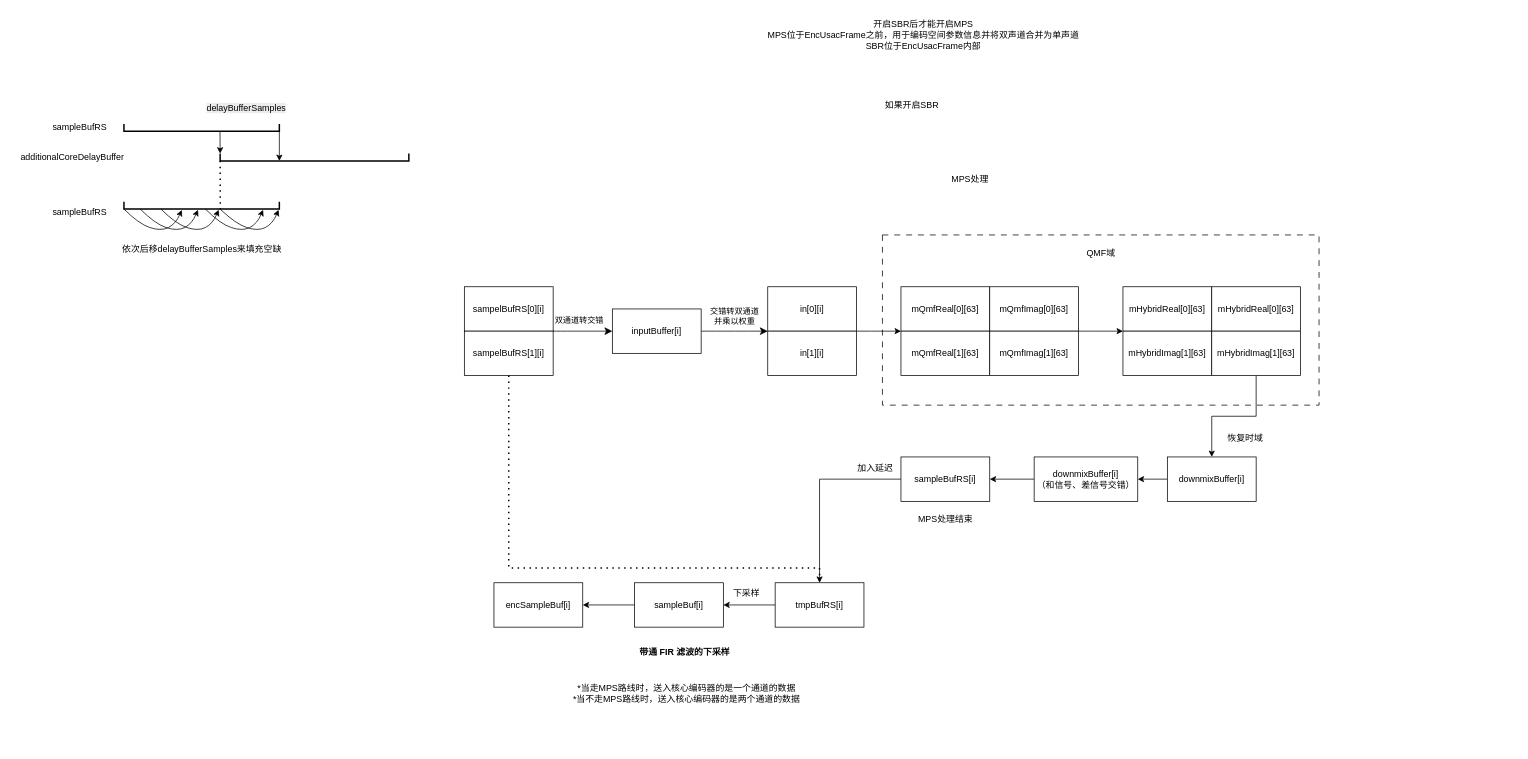
Above: Mps212.drawio in xdzqyyds/draw.io (draw.io), before the change. Source tidied: cells renumbered, new cells numbered last; positions are measured from the earlier drawing's top-left corner, leaving out a move shared by most shapes. Both pictures are drawn from the tidied source at 74%, with x=0, y=0 at pixel (13, 13). Pictures stored in the file or linked from it are replaced by grey dashed boxes.
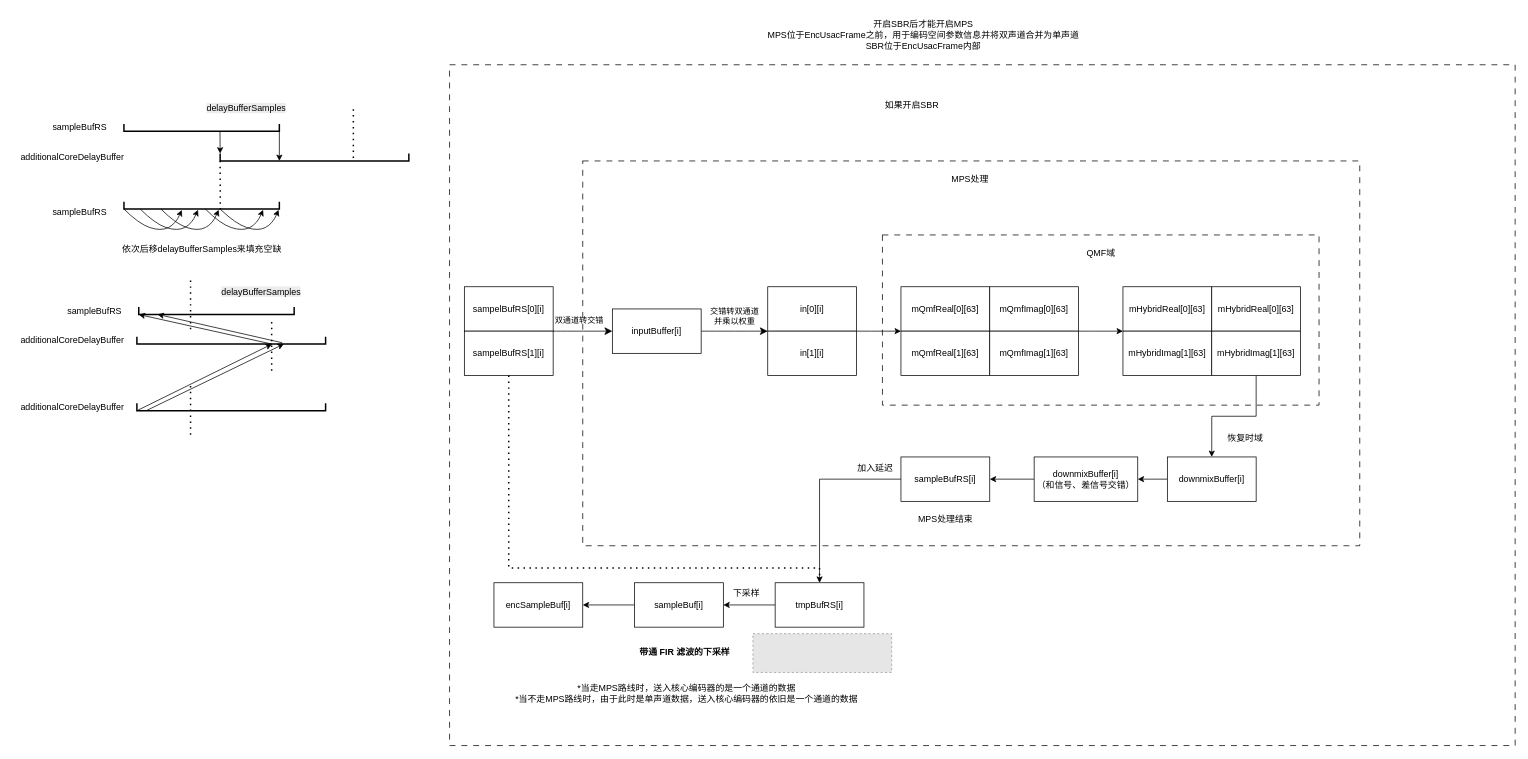
After the change.

What changed in the source:
```diff
@@
+    <mxCell id="65" parent="0" />
+    <mxCell id="66" style="whiteSpace=wrap;html=1;fillColor=none;dashed=1;dashPattern=8 8;" parent="65" vertex="1">
+      <mxGeometry x="590" y="70" width="1440" height="920" as="geometry" />
+    </mxCell>
+    <mxCell id="67" style="whiteSpace=wrap;html=1;fillColor=none;dashed=1;dashPattern=8 8;" parent="65" vertex="1">
+      <mxGeometry x="770" y="200" width="1050" height="520" as="geometry" />
+    </mxCell>
@@
-    <mxCell id="45" value="*当走MPS路线时，送入核心编码器的是一个通道的数据&lt;div&gt;*当不走MPS路线时，送入核心编码器的是两个通道的数据&lt;/div&gt;" style="text;html=1;align=center;verticalAlign=middle;strokeColor=none;fillColor=none;" parent="1" vertex="1">
-      <mxGeometry x="745" y="900" width="330" height="40" as="geometry" />
+    <mxCell id="45" value="*当走MPS路线时，送入核心编码器的是一个通道的数据&lt;div&gt;*当不走MPS路线时，由于此时是单声道数据，送入核心编码器的依旧是一个通道的数据&lt;/div&gt;" style="text;html=1;align=center;verticalAlign=middle;strokeColor=none;fillColor=none;" parent="1" vertex="1">
+      <mxGeometry x="665" y="900" width="490" height="40" as="geometry" />
     </mxCell>
@@
+    <mxCell id="68" style="endArrow=none;dashed=1;html=1;dashPattern=1 3;strokeWidth=2;rounded=0;entryX=0;entryY=0;entryDx=0;entryDy=0;entryPerimeter=0;exitX=-0.075;exitY=0.62;exitDx=0;exitDy=0;exitPerimeter=0;" parent="1" edge="1">
+      <mxGeometry relative="1" as="geometry">
+        <mxPoint x="460" y="196" as="sourcePoint" />
+        <mxPoint x="460" y="130" as="targetPoint" />
+      </mxGeometry>
+    </mxCell>
+    <mxCell id="69" style="strokeWidth=2;html=1;shape=mxgraph.flowchart.annotation_1;align=left;rotation=-90;" parent="1" vertex="1">
+      <mxGeometry x="270" y="297.5" width="10" height="210" as="geometry" />
+    </mxCell>
+    <mxCell id="70" style="strokeWidth=2;html=1;shape=mxgraph.flowchart.annotation_1;align=left;rotation=-90;" parent="1" vertex="1">
+      <mxGeometry x="290" y="315" width="10" height="255" as="geometry" />
+    </mxCell>
+    <mxCell id="71" value="sampleBufRS" style="text;html=1;align=center;verticalAlign=middle;strokeColor=none;fillColor=none;" parent="1" vertex="1">
+      <mxGeometry x="60" y="387.5" width="100" height="30" as="geometry" />
+    </mxCell>
+    <mxCell id="72" value="additionalCoreDelayBuffer" style="text;html=1;align=center;verticalAlign=middle;strokeColor=none;fillColor=none;" parent="1" vertex="1">
+      <mxGeometry y="427.5" width="160" height="30" as="geometry" />
+    </mxCell>
+    <mxCell id="73" value="&lt;span style=&quot;color: rgb(0, 0, 0); font-family: Helvetica; font-size: 12px; font-style: normal; font-variant-ligatures: normal; font-variant-caps: normal; font-weight: 400; letter-spacing: normal; orphans: 2; text-align: center; text-indent: 0px; text-transform: none; widows: 2; word-spacing: 0px; -webkit-text-stroke-width: 0px; white-space: nowrap; background-color: rgb(236, 236, 236); text-decoration-thickness: initial; text-decoration-style: initial; text-decoration-color: initial; display: inline !important; float: none;&quot;&gt;delayBufferSamples&lt;/span&gt;" style="text;whiteSpace=wrap;html=1;" parent="1" vertex="1">
+      <mxGeometry x="280" y="362.5" width="140" height="40" as="geometry" />
+    </mxCell>
+    <mxCell id="74" style="endArrow=none;dashed=1;html=1;dashPattern=1 3;strokeWidth=2;rounded=0;entryX=0;entryY=0;entryDx=0;entryDy=0;entryPerimeter=0;exitX=-0.075;exitY=0.62;exitDx=0;exitDy=0;exitPerimeter=0;" parent="1" edge="1">
+      <mxGeometry relative="1" as="geometry">
+        <mxPoint x="349.6" y="483.5" as="sourcePoint" />
+        <mxPoint x="349.6" y="417.5" as="targetPoint" />
+      </mxGeometry>
+    </mxCell>
+    <mxCell id="75" style="endArrow=none;dashed=1;html=1;dashPattern=1 3;strokeWidth=2;rounded=0;entryX=0;entryY=0;entryDx=0;entryDy=0;entryPerimeter=0;exitX=-0.075;exitY=0.62;exitDx=0;exitDy=0;exitPerimeter=0;" parent="1" edge="1">
+      <mxGeometry relative="1" as="geometry">
+        <mxPoint x="240" y="427.5" as="sourcePoint" />
+        <mxPoint x="240" y="361.5" as="targetPoint" />
+      </mxGeometry>
+    </mxCell>
+    <mxCell id="76" style="endArrow=classic;html=1;rounded=0;entryX=0;entryY=0;entryDx=0;entryDy=0;entryPerimeter=0;" parent="1" edge="1" target="69">
+      <mxGeometry relative="1" as="geometry">
+        <mxPoint x="350" y="447.5" as="sourcePoint" />
+      </mxGeometry>
+    </mxCell>
+    <mxCell id="77" style="endArrow=classic;html=1;rounded=0;exitX=0.183;exitY=0.77;exitDx=0;exitDy=0;exitPerimeter=0;entryX=0.017;entryY=0.121;entryDx=0;entryDy=0;entryPerimeter=0;" parent="1" edge="1" source="70" target="69">
+      <mxGeometry relative="1" as="geometry" />
+    </mxCell>
+    <mxCell id="78" style="strokeWidth=2;html=1;shape=mxgraph.flowchart.annotation_1;align=left;rotation=-90;" parent="1" vertex="1">
+      <mxGeometry x="290" y="405" width="10" height="255" as="geometry" />
+    </mxCell>
+    <mxCell id="79" style="endArrow=none;dashed=1;html=1;dashPattern=1 3;strokeWidth=2;rounded=0;entryX=0;entryY=0;entryDx=0;entryDy=0;entryPerimeter=0;exitX=-0.075;exitY=0.62;exitDx=0;exitDy=0;exitPerimeter=0;" parent="1" edge="1">
+      <mxGeometry relative="1" as="geometry">
+        <mxPoint x="240" y="570" as="sourcePoint" />
+        <mxPoint x="240" y="504" as="targetPoint" />
+      </mxGeometry>
+    </mxCell>
+    <mxCell id="80" style="endArrow=classic;html=1;rounded=0;exitX=0;exitY=0;exitDx=0;exitDy=0;exitPerimeter=0;" parent="1" edge="1" source="78">
+      <mxGeometry relative="1" as="geometry">
+        <mxPoint x="350" y="447.5" as="targetPoint" />
+      </mxGeometry>
+    </mxCell>
+    <mxCell id="81" style="endArrow=classic;html=1;rounded=0;entryX=0.017;entryY=0.779;entryDx=0;entryDy=0;entryPerimeter=0;" parent="1" edge="1" target="70">
+      <mxGeometry relative="1" as="geometry">
+        <mxPoint x="180" y="537.5" as="sourcePoint" />
+      </mxGeometry>
+    </mxCell>
+    <mxCell id="82" value="additionalCoreDelayBuffer" style="text;html=1;align=center;verticalAlign=middle;strokeColor=none;fillColor=none;" parent="1" vertex="1">
+      <mxGeometry y="517.5" width="160" height="30" as="geometry" />
+    </mxCell>
+    <mxCell id="83" style="fillColor=#E6E6E6;strokeColor=#999999;dashed=1;verticalLabelPosition=bottom;labelBackgroundColor=default;verticalAlign=top;" parent="1" vertex="1">
+      <mxGeometry x="1000" y="838.8" width="187.5" height="52.4" as="geometry" />
+    </mxCell>
```
